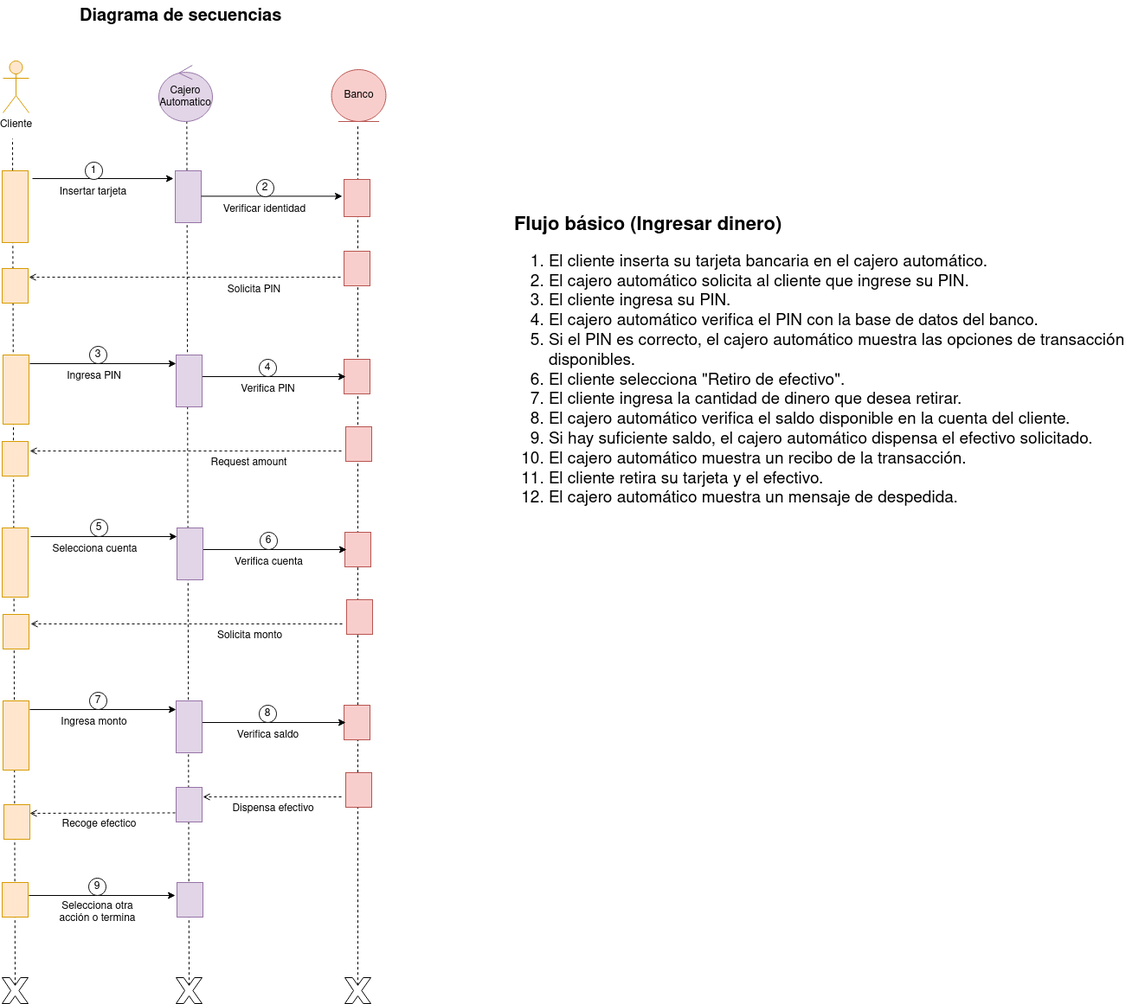
Chugani05/entorno_de_desarrollo keeps this draw.io diagram as diagramas/tarea6 (cajero automatico)/diagrama_de_secuencia_cajero_automatico.png. Above is the earlier version. Source tidied: cells renumbered, new cells last; positions are measured from the earlier drawing's top-left corner, leaving out a move shared by most shapes.
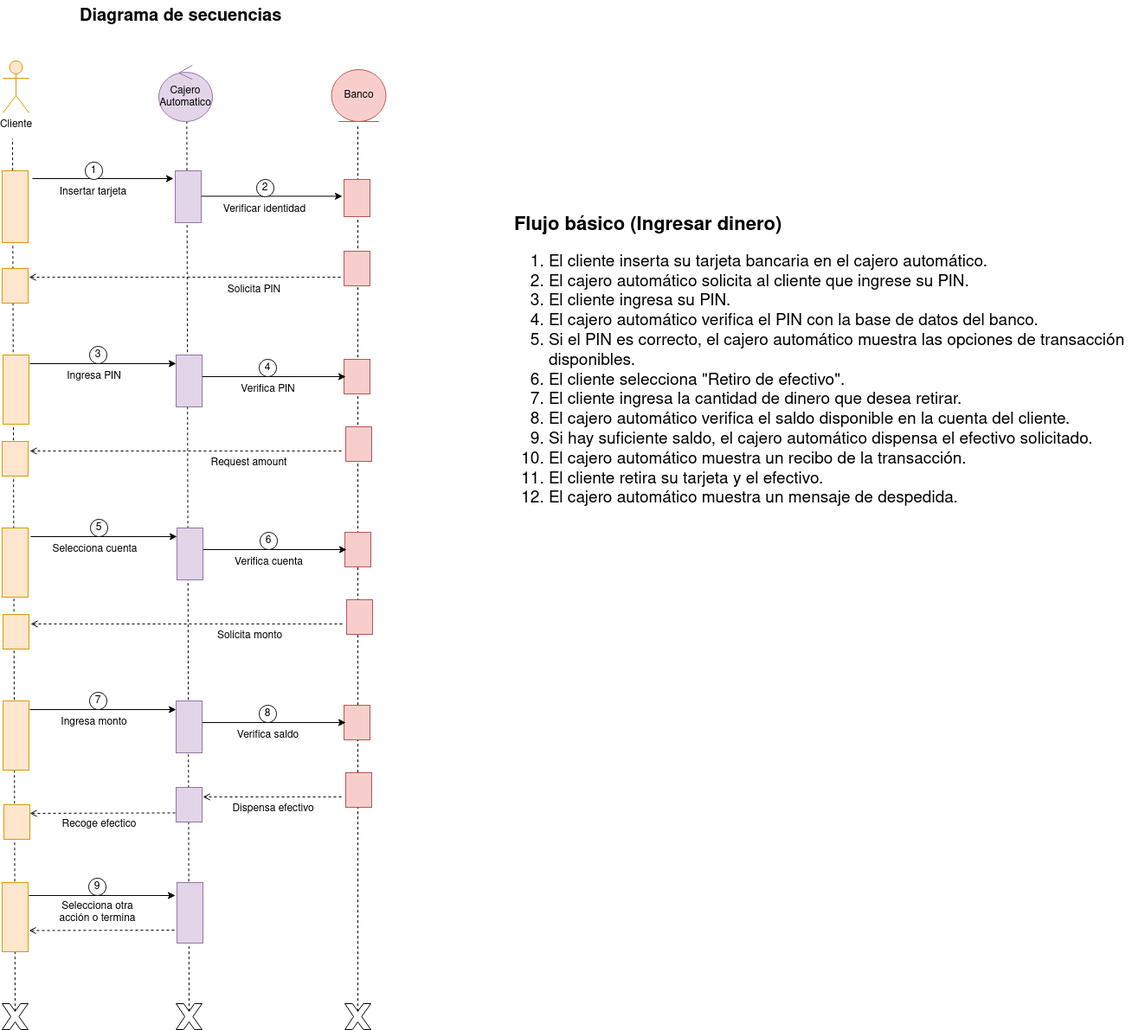
The same file after the commit.

The edit, as a diff of the source:
```diff
@@ -37,10 +37,10 @@
       <mxGeometry x="101" y="400" width="20" height="20" as="geometry" />
     </mxCell>
     <mxCell id="10" style="verticalLabelPosition=bottom;verticalAlign=top;html=1;shape=mxgraph.basic.x;" parent="1" vertex="1">
-      <mxGeometry x="201" y="1130" width="30" height="30" as="geometry" />
+      <mxGeometry x="201" y="1160" width="30" height="30" as="geometry" />
     </mxCell>
     <mxCell id="11" style="verticalLabelPosition=bottom;verticalAlign=top;html=1;shape=mxgraph.basic.x;" parent="1" vertex="1">
-      <mxGeometry y="1130" width="30" height="30" as="geometry" />
+      <mxGeometry y="1160" width="30" height="30" as="geometry" />
     </mxCell>
     <mxCell id="12" style="endArrow=none;dashed=1;html=1;rounded=0;verticalAlign=bottom;entryX=0.542;entryY=0.997;entryDx=0;entryDy=0;entryPerimeter=0;exitX=0.5;exitY=0.29;exitDx=0;exitDy=0;exitPerimeter=0;" parent="1" edge="1" source="10">
       <mxGeometry relative="1" as="geometry">
@@ -54,7 +54,7 @@
       <mxGeometry y="197" width="30" height="83" as="geometry" />
     </mxCell>
     <mxCell id="15" style="verticalLabelPosition=bottom;verticalAlign=top;html=1;shape=mxgraph.basic.x;" parent="1" vertex="1">
-      <mxGeometry x="396" y="1130" width="30" height="30" as="geometry" />
+      <mxGeometry x="396" y="1160" width="30" height="30" as="geometry" />
     </mxCell>
     <mxCell id="16" style="endArrow=none;dashed=1;html=1;rounded=0;exitX=0.5;exitY=0.29;exitDx=0;exitDy=0;exitPerimeter=0;" parent="1" edge="1" source="15">
       <mxGeometry relative="1" as="geometry">
@@ -246,10 +246,10 @@
       <mxGeometry x="57" y="938" width="110" height="30" as="geometry" />
     </mxCell>
     <mxCell id="68" style="rounded=0;whiteSpace=wrap;html=1;direction=south;verticalAlign=top;fillColor=#ffe6cc;strokeColor=#d79b00;" parent="1" vertex="1">
-      <mxGeometry y="1020" width="30" height="40" as="geometry" />
+      <mxGeometry y="1020" width="30" height="80" as="geometry" />
     </mxCell>
     <mxCell id="69" style="rounded=0;whiteSpace=wrap;html=1;direction=south;verticalAlign=top;fillColor=#e1d5e7;strokeColor=#9673a6;" parent="1" vertex="1">
-      <mxGeometry x="202" y="1020" width="30" height="40" as="geometry" />
+      <mxGeometry x="202" y="1020" width="30" height="70" as="geometry" />
     </mxCell>
     <mxCell id="70" value="&lt;div&gt;Selecciona otra&lt;/div&gt;&lt;div&gt;acción o termina&lt;/div&gt;" style="text;html=1;align=center;verticalAlign=middle;strokeColor=none;fillColor=none;" parent="1" vertex="1">
       <mxGeometry x="55" y="1035" width="110" height="40" as="geometry" />
@@ -266,5 +266,11 @@
     <mxCell id="73" value="&lt;b&gt;&lt;font style=&quot;font-size: 20px;&quot;&gt;Diagrama de secuencias&lt;/font&gt;&lt;/b&gt;" style="text;whiteSpace=wrap;html=1;" parent="1" vertex="1">
       <mxGeometry x="88" width="270" height="50" as="geometry" />
     </mxCell>
+    <mxCell id="74" style="endArrow=open;dashed=1;html=1;rounded=0;endFill=0;entryX=0.25;entryY=0;entryDx=0;entryDy=0;" parent="1" edge="1">
+      <mxGeometry relative="1" as="geometry">
+        <mxPoint x="199" y="1075" as="sourcePoint" />
+        <mxPoint x="31" y="1075.5" as="targetPoint" />
+      </mxGeometry>
+    </mxCell>
   </root>
 </mxGraphModel>
```
